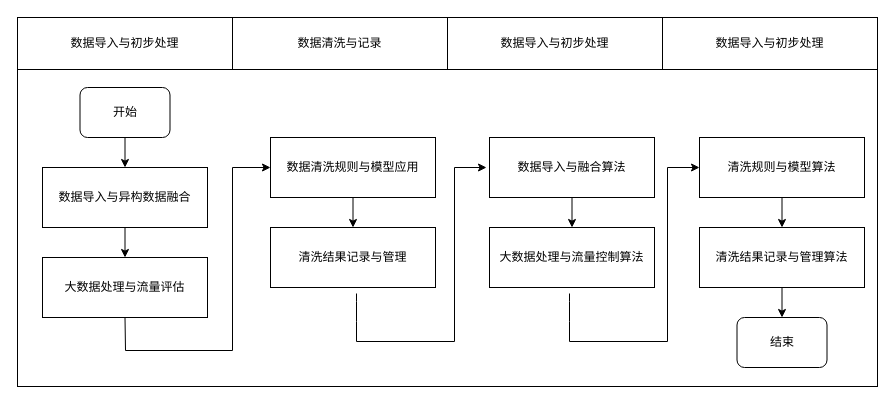
Above: 未命名绘图.drawio in jiaojb/py-crawler (draw.io), before the change. Source tidied: cells renumbered, new cells numbered last; positions are measured from the earlier drawing's top-left corner, leaving out a move shared by most shapes. Both pictures are drawn from the tidied source at 100%, with x=0, y=0 at pixel (17, 17).
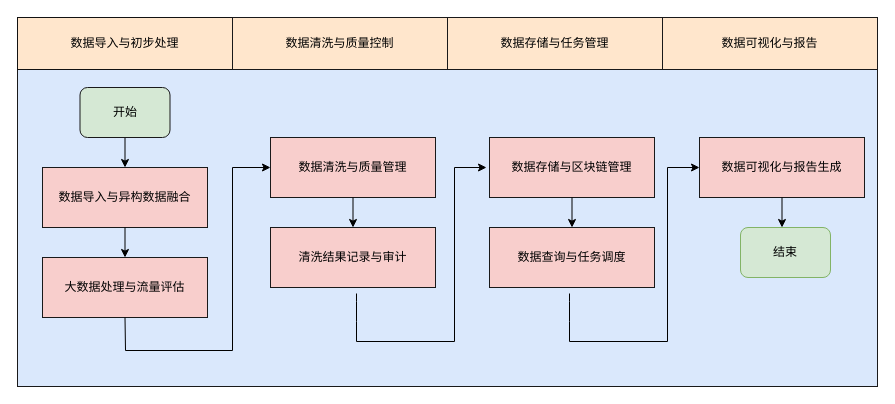
After the change.

Commit message:
更新未命名绘图.drawio

Diff of the diagram source:
```diff
@@
-    <mxCell id="2" style="rounded=0;whiteSpace=wrap;html=1;" parent="1" vertex="1">
+    <mxCell id="2" style="rounded=0;whiteSpace=wrap;html=1;fillColor=#dae8fc;strokeColor=#19191A;" parent="1" vertex="1">
       <mxGeometry width="860" height="369" as="geometry" />
     </mxCell>
@@
-    <mxCell id="4" value="开始" style="rounded=1;whiteSpace=wrap;html=1;" parent="1" vertex="1">
+    <mxCell id="4" value="开始" style="rounded=1;whiteSpace=wrap;html=1;fillColor=#d5e8d4;strokeColor=#19191A;" parent="1" vertex="1">
       <mxGeometry x="62.5" y="70" width="90" height="50" as="geometry" />
     </mxCell>
-    <mxCell id="5" value="数据导入与异构数据融合" style="rounded=0;whiteSpace=wrap;html=1;" parent="1" vertex="1">
+    <mxCell id="5" value="数据导入与异构数据融合" style="rounded=0;whiteSpace=wrap;html=1;fillColor=#f8cecc;strokeColor=#19191A;" parent="1" vertex="1">
       <mxGeometry x="25" y="150" width="165" height="60" as="geometry" />
     </mxCell>
@@
-    <mxCell id="7" value="大数据处理与流量评估" style="rounded=0;whiteSpace=wrap;html=1;" parent="1" vertex="1">
+    <mxCell id="7" value="大数据处理与流量评估" style="rounded=0;whiteSpace=wrap;html=1;fillColor=#f8cecc;strokeColor=#19191A;" parent="1" vertex="1">
       <mxGeometry x="25" y="240" width="165" height="60" as="geometry" />
     </mxCell>
-    <mxCell id="8" value="数据导入与初步处理" style="rounded=0;whiteSpace=wrap;html=1;strokeColor=default;" parent="1" vertex="1">
+    <mxCell id="8" value="数据导入与初步处理" style="rounded=0;whiteSpace=wrap;html=1;strokeColor=#121212;fillColor=#ffe6cc;" parent="1" vertex="1">
       <mxGeometry width="215" height="52" as="geometry" />
     </mxCell>
-    <mxCell id="9" value="数据清洗与记录" style="rounded=0;whiteSpace=wrap;html=1;strokeColor=default;" parent="1" vertex="1">
+    <mxCell id="9" value="数据清洗与质量控制" style="rounded=0;whiteSpace=wrap;html=1;strokeColor=#19191A;fillColor=#ffe6cc;" parent="1" vertex="1">
       <mxGeometry x="215" width="215" height="52" as="geometry" />
     </mxCell>
-    <mxCell id="10" value="数据导入与初步处理" style="rounded=0;whiteSpace=wrap;html=1;strokeColor=default;" parent="1" vertex="1">
+    <mxCell id="10" value="数据存储与任务管理" style="rounded=0;whiteSpace=wrap;html=1;strokeColor=#19191A;fillColor=#ffe6cc;" parent="1" vertex="1">
       <mxGeometry x="430" width="215" height="52" as="geometry" />
     </mxCell>
-    <mxCell id="11" value="数据导入与初步处理" style="rounded=0;whiteSpace=wrap;html=1;strokeColor=default;" parent="1" vertex="1">
+    <mxCell id="11" value="数据可视化与报告" style="rounded=0;whiteSpace=wrap;html=1;strokeColor=#19191A;fillColor=#ffe6cc;" parent="1" vertex="1">
       <mxGeometry x="645" width="215" height="52" as="geometry" />
     </mxCell>
-    <mxCell id="12" value="数据清洗规则与模型应用" style="rounded=0;whiteSpace=wrap;html=1;" parent="1" vertex="1">
+    <mxCell id="12" value="数据清洗与质量管理" style="rounded=0;whiteSpace=wrap;html=1;fillColor=#f8cecc;strokeColor=#19191A;" parent="1" vertex="1">
       <mxGeometry x="253" y="120" width="165" height="60" as="geometry" />
     </mxCell>
@@
-    <mxCell id="14" value="清洗结果记录与管理" style="rounded=0;whiteSpace=wrap;html=1;" parent="1" vertex="1">
+    <mxCell id="14" value="清洗结果记录与审计" style="rounded=0;whiteSpace=wrap;html=1;fillColor=#f8cecc;strokeColor=#19191A;" parent="1" vertex="1">
       <mxGeometry x="253" y="210" width="165" height="60" as="geometry" />
     </mxCell>
-    <mxCell id="15" value="数据导入与融合算法" style="rounded=0;whiteSpace=wrap;html=1;" parent="1" vertex="1">
+    <mxCell id="15" value="数据存储与区块链管理" style="rounded=0;whiteSpace=wrap;html=1;fillColor=#f8cecc;strokeColor=#19191A;" parent="1" vertex="1">
       <mxGeometry x="472" y="120" width="165" height="60" as="geometry" />
     </mxCell>
@@
-    <mxCell id="17" value="大数据处理与流量控制算法" style="rounded=0;whiteSpace=wrap;html=1;" parent="1" vertex="1">
+    <mxCell id="17" value="数据查询与任务调度" style="rounded=0;whiteSpace=wrap;html=1;fillColor=#f8cecc;strokeColor=#19191A;" parent="1" vertex="1">
       <mxGeometry x="472" y="210" width="165" height="60" as="geometry" />
     </mxCell>
-    <mxCell id="18" value="清洗规则与模型算法" style="rounded=0;whiteSpace=wrap;html=1;" parent="1" vertex="1">
+    <mxCell id="18" value="数据可视化与报告生成" style="rounded=0;whiteSpace=wrap;html=1;fillColor=#f8cecc;strokeColor=#19191A;" parent="1" vertex="1">
       <mxGeometry x="682" y="120" width="165" height="60" as="geometry" />
     </mxCell>
@@
-    <mxCell id="20" value="清洗结果记录与管理算法" style="rounded=0;whiteSpace=wrap;html=1;" parent="1" vertex="1">
-      <mxGeometry x="682" y="210" width="165" height="60" as="geometry" />
-    </mxCell>
-    <mxCell id="21" style="edgeStyle=orthogonalEdgeStyle;rounded=0;orthogonalLoop=1;jettySize=auto;html=1;exitX=0.5;exitY=1;exitDx=0;exitDy=0;" parent="1" edge="1">
-      <mxGeometry relative="1" as="geometry">
-        <mxPoint x="764.5" y="270" as="sourcePoint" />
-        <mxPoint x="764.5" y="300" as="targetPoint" />
-      </mxGeometry>
-    </mxCell>
-    <mxCell id="22" value="结束" style="rounded=1;whiteSpace=wrap;html=1;" parent="1" vertex="1">
-      <mxGeometry x="719.5" y="300" width="90" height="50" as="geometry" />
+    <mxCell id="22" value="结束" style="rounded=1;whiteSpace=wrap;html=1;fillColor=#d5e8d4;strokeColor=#82b366;" parent="1" vertex="1">
+      <mxGeometry x="723" y="210" width="90" height="50" as="geometry" />
     </mxCell>
```
